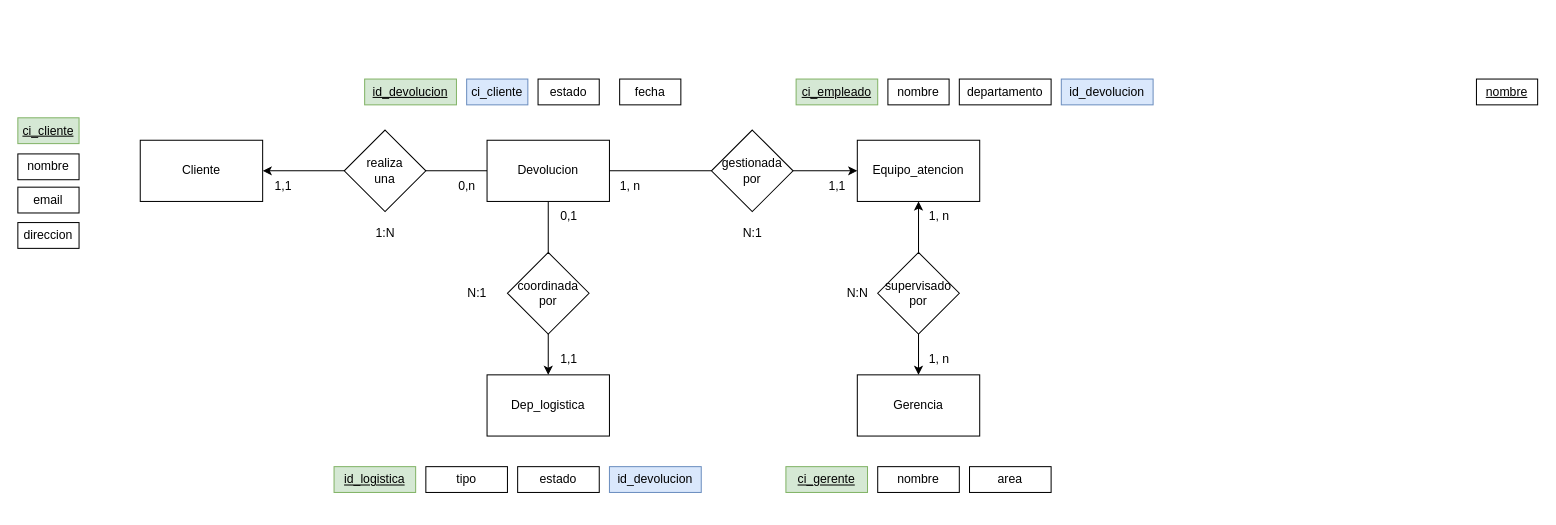
Before: page "MER" (2 of 2) of automatizacion - ecommerce.drawio in AlbanyNVRodriguez/draw---diagrams, a draw.io diagram. Source tidied: cells renumbered, new cells numbered last; positions are measured from the earlier drawing's top-left corner, leaving out a move shared by most shapes. Both pictures are drawn from the tidied source at 102%, with x=0, y=0 at pixel (17, 79).
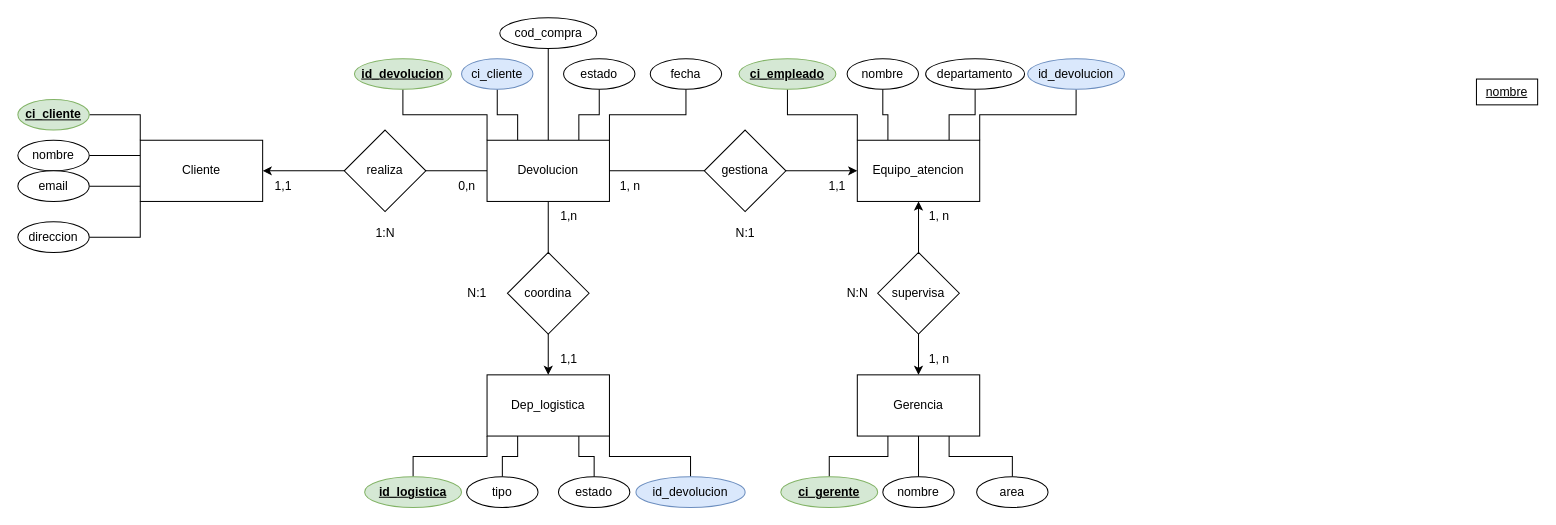
After the change.

The change refers to these unchanged cells:
```xml
<mxCell id="3" value="Cliente" style="rounded=0;whiteSpace=wrap;html=1;" parent="1" vertex="1">
  <mxGeometry x="120" y="60" width="120" height="60" as="geometry" />
</mxCell>
<mxCell id="8" value="Devolucion" style="rounded=0;whiteSpace=wrap;html=1;" parent="1" vertex="1">
  <mxGeometry x="460" y="60" width="120" height="60" as="geometry" />
</mxCell>
<mxCell id="10" value="Equipo_atencion" style="rounded=0;whiteSpace=wrap;html=1;" parent="1" vertex="1">
  <mxGeometry x="823" y="60" width="120" height="60" as="geometry" />
</mxCell>
<mxCell id="15" value="Dep_logistica" style="rounded=0;whiteSpace=wrap;html=1;" parent="1" vertex="1">
  <mxGeometry x="460" y="290" width="120" height="60" as="geometry" />
</mxCell>
<mxCell id="18" value="Gerencia" style="rounded=0;whiteSpace=wrap;html=1;" parent="1" vertex="1">
  <mxGeometry x="823" y="290" width="120" height="60" as="geometry" />
</mxCell>
```

What changed in the source:
```diff
@@
+    <mxCell id="51" style="edgeStyle=orthogonalEdgeStyle;rounded=0;jettySize=auto;html=1;exitX=0;exitY=0;exitDx=0;exitDy=0;entryX=1;entryY=0.5;entryDx=0;entryDy=0;endArrow=none;endFill=0;" parent="1" edge="1" source="3" target="71">
+      <mxGeometry relative="1" as="geometry" />
+    </mxCell>
+    <mxCell id="52" style="edgeStyle=orthogonalEdgeStyle;rounded=0;jettySize=auto;html=1;exitX=0;exitY=1;exitDx=0;exitDy=0;entryX=1;entryY=0.5;entryDx=0;entryDy=0;endArrow=none;endFill=0;" parent="1" edge="1" source="3" target="22">
+      <mxGeometry relative="1" as="geometry" />
+    </mxCell>
+    <mxCell id="53" style="edgeStyle=orthogonalEdgeStyle;rounded=0;jettySize=auto;html=1;exitX=0;exitY=0.25;exitDx=0;exitDy=0;entryX=1;entryY=0.5;entryDx=0;entryDy=0;endArrow=none;endFill=0;" parent="1" edge="1" source="3" target="72">
+      <mxGeometry relative="1" as="geometry" />
+    </mxCell>
+    <mxCell id="54" style="edgeStyle=orthogonalEdgeStyle;rounded=0;jettySize=auto;html=1;exitX=0;exitY=0.75;exitDx=0;exitDy=0;entryX=1;entryY=0.5;entryDx=0;entryDy=0;endArrow=none;endFill=0;" parent="1" edge="1" source="3" target="21">
+      <mxGeometry relative="1" as="geometry" />
+    </mxCell>
@@
-    <mxCell id="5" value="realiza&lt;div&gt;una&lt;/div&gt;" style="rhombus;whiteSpace=wrap;html=1;" parent="1" vertex="1">
+    <mxCell id="5" value="realiza" style="rhombus;whiteSpace=wrap;html=1;" parent="1" vertex="1">
       <mxGeometry x="320" y="50" width="80" height="80" as="geometry" />
     </mxCell>
@@
+    <mxCell id="55" style="edgeStyle=orthogonalEdgeStyle;rounded=0;jettySize=auto;html=1;exitX=0;exitY=0;exitDx=0;exitDy=0;entryX=0.5;entryY=1;entryDx=0;entryDy=0;endArrow=none;endFill=0;" parent="1" edge="1" source="8" target="73">
+      <mxGeometry relative="1" as="geometry" />
+    </mxCell>
+    <mxCell id="56" style="edgeStyle=orthogonalEdgeStyle;rounded=0;jettySize=auto;html=1;exitX=0.25;exitY=0;exitDx=0;exitDy=0;entryX=0.5;entryY=1;entryDx=0;entryDy=0;endArrow=none;endFill=0;" parent="1" edge="1" source="8" target="76">
+      <mxGeometry relative="1" as="geometry" />
+    </mxCell>
+    <mxCell id="57" style="edgeStyle=orthogonalEdgeStyle;rounded=0;jettySize=auto;html=1;exitX=0.75;exitY=0;exitDx=0;exitDy=0;entryX=0.5;entryY=1;entryDx=0;entryDy=0;endArrow=none;endFill=0;" parent="1" edge="1" source="8" target="75">
+      <mxGeometry relative="1" as="geometry" />
+    </mxCell>
+    <mxCell id="58" style="edgeStyle=orthogonalEdgeStyle;rounded=0;jettySize=auto;html=1;exitX=1;exitY=0;exitDx=0;exitDy=0;entryX=0.5;entryY=1;entryDx=0;entryDy=0;endArrow=none;endFill=0;" parent="1" edge="1" source="8" target="24">
+      <mxGeometry relative="1" as="geometry" />
+    </mxCell>
+    <mxCell id="59" style="edgeStyle=orthogonalEdgeStyle;rounded=0;jettySize=auto;html=1;exitX=0.5;exitY=0;exitDx=0;exitDy=0;entryX=0.5;entryY=1;entryDx=0;entryDy=0;endArrow=none;endFill=0;" parent="1" edge="1" source="8" target="74">
+      <mxGeometry relative="1" as="geometry" />
+    </mxCell>
@@
+    <mxCell id="60" style="edgeStyle=orthogonalEdgeStyle;rounded=0;jettySize=auto;html=1;exitX=0;exitY=0;exitDx=0;exitDy=0;entryX=0.5;entryY=1;entryDx=0;entryDy=0;endArrow=none;endFill=0;" parent="1" edge="1" source="10" target="26">
+      <mxGeometry relative="1" as="geometry" />
+    </mxCell>
+    <mxCell id="61" style="edgeStyle=orthogonalEdgeStyle;rounded=0;jettySize=auto;html=1;exitX=1;exitY=0;exitDx=0;exitDy=0;entryX=0.5;entryY=1;entryDx=0;entryDy=0;endArrow=none;endFill=0;" parent="1" edge="1" source="10" target="81">
+      <mxGeometry relative="1" as="geometry" />
+    </mxCell>
+    <mxCell id="62" style="edgeStyle=orthogonalEdgeStyle;rounded=0;jettySize=auto;html=1;exitX=0.25;exitY=0;exitDx=0;exitDy=0;entryX=0.5;entryY=1;entryDx=0;entryDy=0;endArrow=none;endFill=0;" parent="1" edge="1" source="10" target="80">
+      <mxGeometry relative="1" as="geometry" />
+    </mxCell>
+    <mxCell id="63" style="edgeStyle=orthogonalEdgeStyle;rounded=0;jettySize=auto;html=1;exitX=0.75;exitY=0;exitDx=0;exitDy=0;entryX=0.5;entryY=1;entryDx=0;entryDy=0;endArrow=none;endFill=0;" parent="1" edge="1" source="10" target="28">
+      <mxGeometry relative="1" as="geometry" />
+    </mxCell>
@@
-    <mxCell id="12" value="gestionada&lt;div&gt;por&lt;/div&gt;" style="rhombus;whiteSpace=wrap;html=1;" parent="1" vertex="1">
-      <mxGeometry x="680" y="50" width="80" height="80" as="geometry" />
+    <mxCell id="12" value="gestiona" style="rhombus;whiteSpace=wrap;html=1;" parent="1" vertex="1">
+      <mxGeometry x="673" y="50" width="80" height="80" as="geometry" />
     </mxCell>
@@
-    <mxCell id="14" value="coordinada&lt;div&gt;por&lt;/div&gt;" style="rhombus;whiteSpace=wrap;html=1;" parent="1" vertex="1">
+    <mxCell id="14" value="coordina" style="rhombus;whiteSpace=wrap;html=1;" parent="1" vertex="1">
       <mxGeometry x="480" y="170" width="80" height="80" as="geometry" />
     </mxCell>
+    <mxCell id="64" style="edgeStyle=orthogonalEdgeStyle;rounded=0;jettySize=auto;html=1;exitX=0;exitY=1;exitDx=0;exitDy=0;entryX=0.5;entryY=0;entryDx=0;entryDy=0;endArrow=none;endFill=0;" parent="1" edge="1" source="15" target="29">
+      <mxGeometry relative="1" as="geometry" />
+    </mxCell>
+    <mxCell id="65" style="edgeStyle=orthogonalEdgeStyle;rounded=0;jettySize=auto;html=1;exitX=1;exitY=1;exitDx=0;exitDy=0;entryX=0.5;entryY=0;entryDx=0;entryDy=0;endArrow=none;endFill=0;" parent="1" edge="1" source="15" target="78">
+      <mxGeometry relative="1" as="geometry" />
+    </mxCell>
+    <mxCell id="66" style="edgeStyle=orthogonalEdgeStyle;rounded=0;jettySize=auto;html=1;exitX=0.75;exitY=1;exitDx=0;exitDy=0;entryX=0.5;entryY=0;entryDx=0;entryDy=0;endArrow=none;endFill=0;" parent="1" edge="1" source="15" target="77">
+      <mxGeometry relative="1" as="geometry" />
+    </mxCell>
+    <mxCell id="67" style="edgeStyle=orthogonalEdgeStyle;rounded=0;jettySize=auto;html=1;exitX=0.25;exitY=1;exitDx=0;exitDy=0;entryX=0.5;entryY=0;entryDx=0;entryDy=0;endArrow=none;endFill=0;" parent="1" edge="1" source="15" target="30">
+      <mxGeometry relative="1" as="geometry" />
+    </mxCell>
@@
-    <mxCell id="17" value="supervisado&lt;div&gt;por&lt;/div&gt;" style="rhombus;whiteSpace=wrap;html=1;" parent="1" vertex="1">
+    <mxCell id="17" value="supervisa" style="rhombus;whiteSpace=wrap;html=1;" parent="1" vertex="1">
       <mxGeometry x="843" y="170" width="80" height="80" as="geometry" />
     </mxCell>
+    <mxCell id="68" style="edgeStyle=orthogonalEdgeStyle;rounded=0;jettySize=auto;html=1;exitX=0.5;exitY=1;exitDx=0;exitDy=0;entryX=0.5;entryY=0;entryDx=0;entryDy=0;endArrow=none;endFill=0;" parent="1" edge="1" source="18" target="79">
+      <mxGeometry relative="1" as="geometry" />
+    </mxCell>
+    <mxCell id="69" style="edgeStyle=orthogonalEdgeStyle;rounded=0;jettySize=auto;html=1;exitX=0.75;exitY=1;exitDx=0;exitDy=0;entryX=0.5;entryY=0;entryDx=0;entryDy=0;endArrow=none;endFill=0;" parent="1" edge="1" source="18" target="34">
+      <mxGeometry relative="1" as="geometry" />
+    </mxCell>
+    <mxCell id="70" style="edgeStyle=orthogonalEdgeStyle;rounded=0;jettySize=auto;html=1;exitX=0.25;exitY=1;exitDx=0;exitDy=0;entryX=0.5;entryY=0;entryDx=0;entryDy=0;endArrow=none;endFill=0;" parent="1" edge="1" source="18" target="32">
+      <mxGeometry relative="1" as="geometry" />
+    </mxCell>
@@
-    <mxCell id="19" value="ci_cliente" style="rounded=0;whiteSpace=wrap;html=1;fontStyle=4;fillColor=#d5e8d4;strokeColor=#82b366;" parent="1" vertex="1">
-      <mxGeometry y="38" width="60" height="25.3" as="geometry" />
-    </mxCell>
-    <mxCell id="20" value="nombre" style="rounded=0;whiteSpace=wrap;html=1;" parent="1" vertex="1">
-      <mxGeometry y="73.4" width="60" height="25.3" as="geometry" />
-    </mxCell>
-    <mxCell id="21" value="email" style="rounded=0;whiteSpace=wrap;html=1;" parent="1" vertex="1">
-      <mxGeometry y="106" width="60" height="25.3" as="geometry" />
-    </mxCell>
-    <mxCell id="22" value="direccion" style="rounded=0;whiteSpace=wrap;html=1;" parent="1" vertex="1">
-      <mxGeometry y="140.7" width="60" height="25.3" as="geometry" />
-    </mxCell>
-    <mxCell id="23" value="id_devolucion" style="rounded=0;whiteSpace=wrap;html=1;fontStyle=4;fillColor=#d5e8d4;strokeColor=#82b366;" parent="1" vertex="1">
-      <mxGeometry x="340" width="90" height="25.3" as="geometry" />
-    </mxCell>
-    <mxCell id="24" value="fecha" style="rounded=0;whiteSpace=wrap;html=1;" parent="1" vertex="1">
-      <mxGeometry x="590" width="60" height="25.3" as="geometry" />
-    </mxCell>
-    <mxCell id="25" value="estado" style="rounded=0;whiteSpace=wrap;html=1;" parent="1" vertex="1">
-      <mxGeometry x="510" width="60" height="25.3" as="geometry" />
-    </mxCell>
-    <mxCell id="26" value="ci_empleado" style="rounded=0;whiteSpace=wrap;html=1;fontStyle=4;fillColor=#d5e8d4;strokeColor=#82b366;" parent="1" vertex="1">
-      <mxGeometry x="763" width="80" height="25.3" as="geometry" />
-    </mxCell>
-    <mxCell id="27" value="nombre" style="rounded=0;whiteSpace=wrap;html=1;" parent="1" vertex="1">
-      <mxGeometry x="853" width="60" height="25.3" as="geometry" />
-    </mxCell>
-    <mxCell id="28" value="departamento" style="rounded=0;whiteSpace=wrap;html=1;" parent="1" vertex="1">
-      <mxGeometry x="923" width="90" height="25.3" as="geometry" />
-    </mxCell>
-    <mxCell id="29" value="id_logistica" style="rounded=0;whiteSpace=wrap;html=1;fontStyle=4;fillColor=#d5e8d4;strokeColor=#82b366;" parent="1" vertex="1">
-      <mxGeometry x="310" y="380" width="80" height="25.3" as="geometry" />
-    </mxCell>
-    <mxCell id="30" value="tipo" style="rounded=0;whiteSpace=wrap;html=1;" parent="1" vertex="1">
-      <mxGeometry x="400" y="380" width="80" height="25.3" as="geometry" />
-    </mxCell>
-    <mxCell id="31" value="estado" style="rounded=0;whiteSpace=wrap;html=1;" parent="1" vertex="1">
-      <mxGeometry x="490" y="380" width="80" height="25.3" as="geometry" />
-    </mxCell>
-    <mxCell id="32" value="ci_gerente" style="rounded=0;whiteSpace=wrap;html=1;fontStyle=4;fillColor=#d5e8d4;strokeColor=#82b366;" parent="1" vertex="1">
-      <mxGeometry x="753" y="380" width="80" height="25.3" as="geometry" />
-    </mxCell>
-    <mxCell id="33" value="nombre" style="rounded=0;whiteSpace=wrap;html=1;" parent="1" vertex="1">
-      <mxGeometry x="843" y="380" width="80" height="25.3" as="geometry" />
-    </mxCell>
-    <mxCell id="34" value="area" style="rounded=0;whiteSpace=wrap;html=1;" parent="1" vertex="1">
-      <mxGeometry x="933" y="380" width="80" height="25.3" as="geometry" />
-    </mxCell>
-    <mxCell id="35" value="ci_cliente" style="rounded=0;whiteSpace=wrap;html=1;fillColor=#dae8fc;strokeColor=#6c8ebf;" parent="1" vertex="1">
-      <mxGeometry x="440" width="60" height="25.3" as="geometry" />
-    </mxCell>
@@
-    <mxCell id="37" value="id_devolucion" style="rounded=0;whiteSpace=wrap;html=1;fontStyle=0;fillColor=#dae8fc;strokeColor=#6c8ebf;" parent="1" vertex="1">
-      <mxGeometry x="1023" width="90" height="25.3" as="geometry" />
-    </mxCell>
-    <mxCell id="38" value="id_devolucion" style="rounded=0;whiteSpace=wrap;html=1;fontStyle=0;fillColor=#dae8fc;strokeColor=#6c8ebf;" parent="1" vertex="1">
-      <mxGeometry x="580" y="380" width="90" height="25.3" as="geometry" />
-    </mxCell>
@@
     <mxCell id="42" value="N:1" style="text;html=1;align=center;verticalAlign=middle;strokeColor=none;fillColor=none;" parent="1" vertex="1">
-      <mxGeometry x="700" y="136" width="40" height="30" as="geometry" />
+      <mxGeometry x="693" y="136" width="40" height="30" as="geometry" />
     </mxCell>
@@
-    <mxCell id="49" value="0,1" style="text;html=1;align=center;verticalAlign=middle;strokeColor=none;fillColor=none;" parent="1" vertex="1">
+    <mxCell id="49" value="1,n" style="text;html=1;align=center;verticalAlign=middle;strokeColor=none;fillColor=none;" parent="1" vertex="1">
       <mxGeometry x="520" y="120" width="40" height="30" as="geometry" />
     </mxCell>
@@
+    <mxCell id="71" value="&lt;span style=&quot;text-decoration-line: underline;&quot;&gt;ci_cliente&lt;/span&gt;" style="ellipse;whiteSpace=wrap;html=1;fillColor=#d5e8d4;strokeColor=#82b366;fontStyle=1;" parent="1" vertex="1">
+      <mxGeometry y="20" width="70" height="30" as="geometry" />
+    </mxCell>
+    <mxCell id="72" value="nombre" style="ellipse;whiteSpace=wrap;html=1;" parent="1" vertex="1">
+      <mxGeometry y="60" width="70" height="30" as="geometry" />
+    </mxCell>
+    <mxCell id="21" value="email" style="ellipse;whiteSpace=wrap;html=1;" parent="1" vertex="1">
+      <mxGeometry y="90" width="70" height="30" as="geometry" />
+    </mxCell>
+    <mxCell id="22" value="direccion" style="ellipse;whiteSpace=wrap;html=1;" parent="1" vertex="1">
+      <mxGeometry y="140" width="70" height="30" as="geometry" />
+    </mxCell>
+    <mxCell id="73" value="&lt;span style=&quot;text-decoration-line: underline;&quot;&gt;id_devolucion&lt;/span&gt;" style="ellipse;whiteSpace=wrap;html=1;fillColor=#d5e8d4;strokeColor=#82b366;fontStyle=1;" parent="1" vertex="1">
+      <mxGeometry x="330" y="-20" width="95" height="30" as="geometry" />
+    </mxCell>
+    <mxCell id="74" value="cod_compra" style="ellipse;whiteSpace=wrap;html=1;" parent="1" vertex="1">
+      <mxGeometry x="472.5" y="-60" width="95" height="30" as="geometry" />
+    </mxCell>
+    <mxCell id="24" value="fecha" style="ellipse;whiteSpace=wrap;html=1;" parent="1" vertex="1">
+      <mxGeometry x="620" y="-20" width="70" height="30" as="geometry" />
+    </mxCell>
+    <mxCell id="75" value="estado" style="ellipse;whiteSpace=wrap;html=1;" parent="1" vertex="1">
+      <mxGeometry x="535" y="-20" width="70" height="30" as="geometry" />
+    </mxCell>
+    <mxCell id="76" value="ci_cliente" style="ellipse;whiteSpace=wrap;html=1;fillColor=#dae8fc;strokeColor=#6c8ebf;" parent="1" vertex="1">
+      <mxGeometry x="435" y="-20" width="70" height="30" as="geometry" />
+    </mxCell>
+    <mxCell id="30" value="tipo" style="ellipse;whiteSpace=wrap;html=1;" parent="1" vertex="1">
+      <mxGeometry x="440" y="390" width="70" height="30" as="geometry" />
+    </mxCell>
+    <mxCell id="77" value="estado" style="ellipse;whiteSpace=wrap;html=1;" parent="1" vertex="1">
+      <mxGeometry x="530" y="390" width="70" height="30" as="geometry" />
+    </mxCell>
+    <mxCell id="78" value="id_devolucion" style="ellipse;whiteSpace=wrap;html=1;fillColor=#dae8fc;strokeColor=#6c8ebf;" parent="1" vertex="1">
+      <mxGeometry x="606" y="390" width="107" height="30" as="geometry" />
+    </mxCell>
+    <mxCell id="29" value="&lt;span style=&quot;text-decoration-line: underline;&quot;&gt;id_logistica&lt;/span&gt;" style="ellipse;whiteSpace=wrap;html=1;fillColor=#d5e8d4;strokeColor=#82b366;fontStyle=1;" parent="1" vertex="1">
+      <mxGeometry x="340" y="390" width="95" height="30" as="geometry" />
+    </mxCell>
+    <mxCell id="32" value="&lt;span style=&quot;text-decoration-line: underline;&quot;&gt;ci_gerente&lt;/span&gt;" style="ellipse;whiteSpace=wrap;html=1;fillColor=#d5e8d4;strokeColor=#82b366;fontStyle=1;" parent="1" vertex="1">
+      <mxGeometry x="748" y="390" width="95" height="30" as="geometry" />
+    </mxCell>
+    <mxCell id="79" value="nombre" style="ellipse;whiteSpace=wrap;html=1;" parent="1" vertex="1">
+      <mxGeometry x="848" y="390" width="70" height="30" as="geometry" />
+    </mxCell>
+    <mxCell id="34" value="area" style="ellipse;whiteSpace=wrap;html=1;" parent="1" vertex="1">
+      <mxGeometry x="940" y="390" width="70" height="30" as="geometry" />
+    </mxCell>
+    <mxCell id="26" value="&lt;span style=&quot;text-decoration-line: underline;&quot;&gt;ci_empleado&lt;/span&gt;" style="ellipse;whiteSpace=wrap;html=1;fontStyle=1;fillColor=#d5e8d4;strokeColor=#82b366;" parent="1" vertex="1">
+      <mxGeometry x="707" y="-20" width="95" height="30" as="geometry" />
+    </mxCell>
+    <mxCell id="80" value="nombre" style="ellipse;whiteSpace=wrap;html=1;" parent="1" vertex="1">
+      <mxGeometry x="813" y="-20" width="70" height="30" as="geometry" />
+    </mxCell>
+    <mxCell id="28" value="departamento" style="ellipse;whiteSpace=wrap;html=1;" parent="1" vertex="1">
+      <mxGeometry x="890" y="-20" width="97" height="30" as="geometry" />
+    </mxCell>
+    <mxCell id="81" value="id_devolucion" style="ellipse;whiteSpace=wrap;html=1;fillColor=#dae8fc;strokeColor=#6c8ebf;" parent="1" vertex="1">
+      <mxGeometry x="990" y="-20" width="95" height="30" as="geometry" />
+    </mxCell>
```
